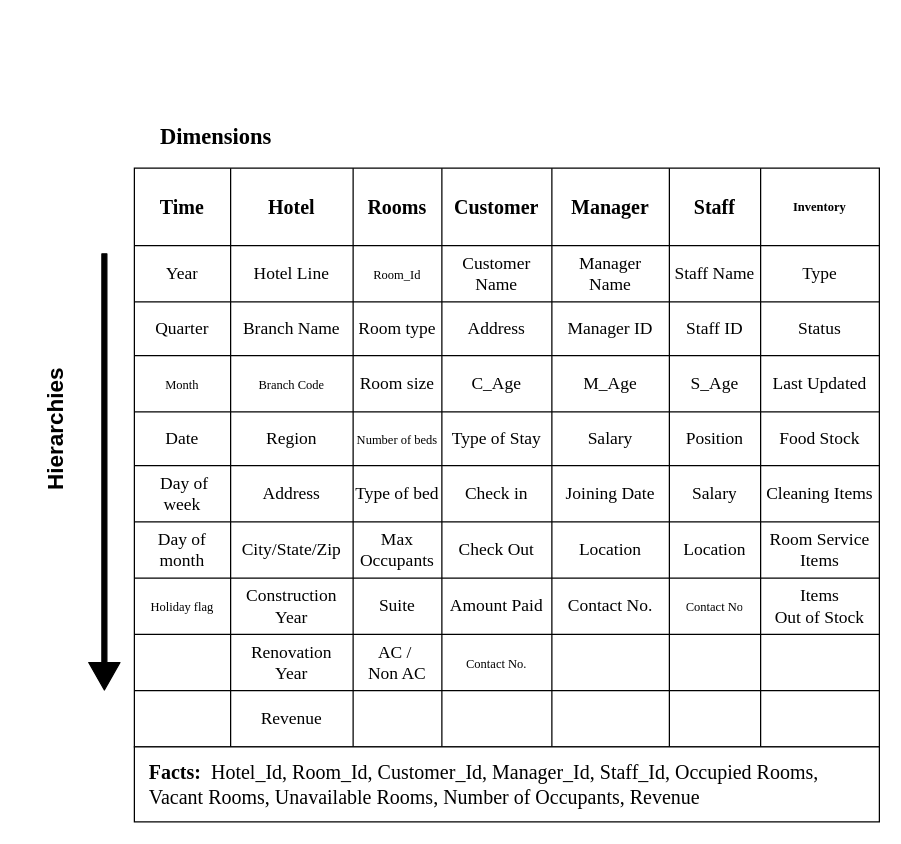
Earlier version of the draw.io diagram Information Package Diagram/IPD_hotel_lodging_system.drawio (adityaparab04/Diagrams). Source tidied: cells renumbered, new cells numbered last; positions are measured from the earlier drawing's top-left corner, leaving out a move shared by most shapes. Both pictures are drawn from the tidied source at 125%, with x=0, y=0 at pixel (-22, 105).
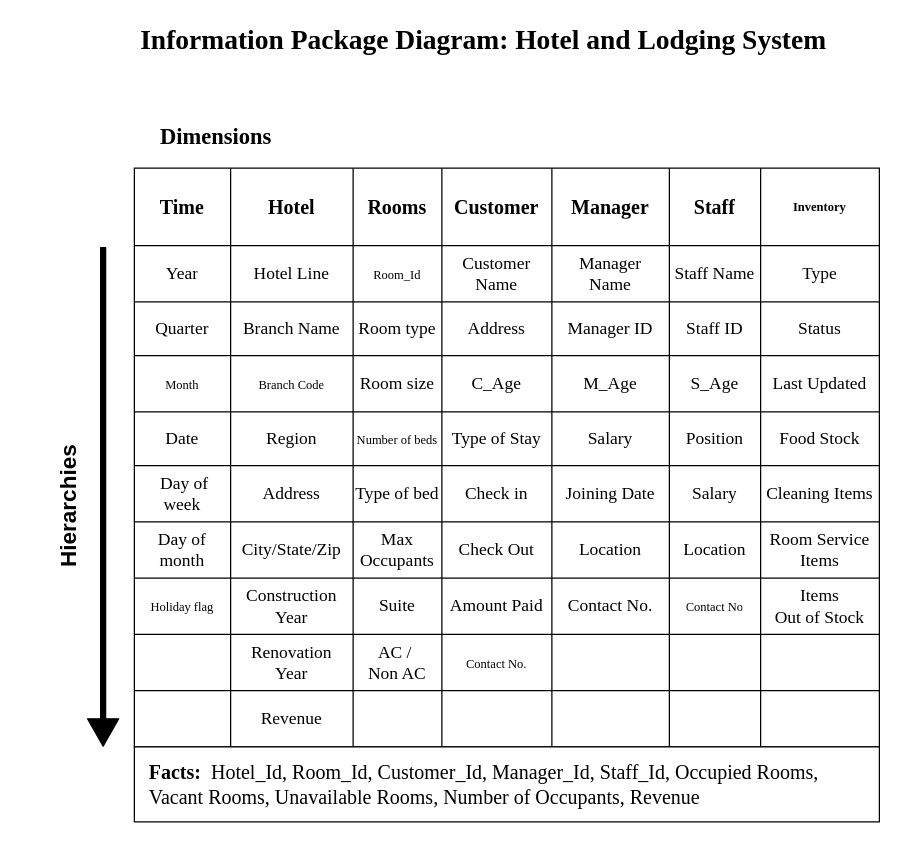
The same diagram, later.

Diff of the diagram source:
```diff
@@
     <mxCell id="3" value="&lt;font style=&quot;font-size: 18px&quot;&gt;&lt;b&gt;Hierarchies&lt;/b&gt;&lt;/font&gt;" style="text;html=1;strokeColor=none;fillColor=none;align=center;verticalAlign=middle;whiteSpace=wrap;rounded=0;rotation=270;" parent="1" vertex="1">
-      <mxGeometry y="231.5" width="125" height="55" as="geometry" />
+      <mxGeometry x="10" y="293" width="125" height="55" as="geometry" />
     </mxCell>
     <mxCell id="4" style="shape=flexArrow;endArrow=classic;html=1;labelBackgroundColor=#000000;fillColor=#000000;width=4;endSize=7;fontFamily=Times New Roman;" parent="1" edge="1">
       <mxGeometry relative="1" as="geometry">
-        <mxPoint x="101" y="118" as="sourcePoint" />
-        <mxPoint x="101" y="468" as="targetPoint" />
+        <mxPoint x="100" y="113" as="sourcePoint" />
+        <mxPoint x="100" y="513" as="targetPoint" />
       </mxGeometry>
     </mxCell>
@@
+    <mxCell id="87" value="&lt;font style=&quot;font-size: 22px&quot;&gt;&lt;b&gt;Information Package Diagram: Hotel and Lodging System&lt;/b&gt;&lt;/font&gt;" style="text;html=1;align=center;verticalAlign=middle;strokeColor=none;fontSize=14;fontFamily=Times New Roman;" parent="1" vertex="1">
+      <mxGeometry x="124" y="-67" width="560" height="30" as="geometry" />
+    </mxCell>
```
